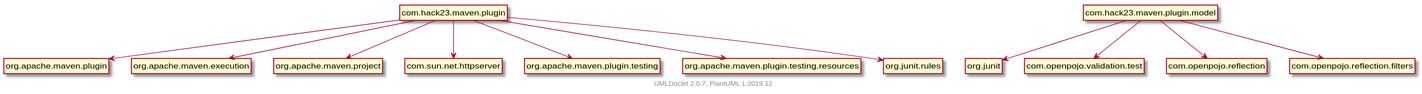
Above: testapidocs/package-dependencies.svg in Hack23/sonar-quality-gates-maven-plugin (PlantUML), before the change.
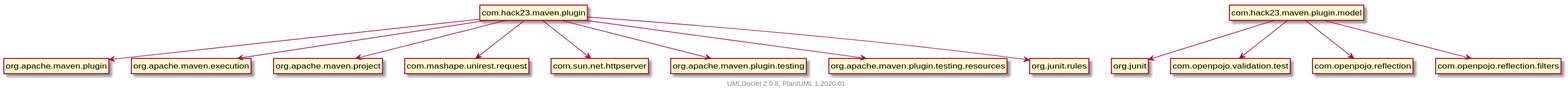
Above is the later version.

Change to the diagram source:
```diff
@@ -7,6 +7,7 @@
     com.hack23.maven.plugin --> org.apache.maven.plugin
     com.hack23.maven.plugin --> org.apache.maven.execution
     com.hack23.maven.plugin --> org.apache.maven.project
+    com.hack23.maven.plugin --> com.mashape.unirest.request
     com.hack23.maven.plugin --> com.sun.net.httpserver
     com.hack23.maven.plugin --> org.apache.maven.plugin.testing
     com.hack23.maven.plugin --> org.apache.maven.plugin.testing.resources
@@ -21,5 +22,5 @@
     class "com.hack23.maven.plugin.model" [[com/hack23/maven/plugin/model/package-summary.html]] {
     }
 
-    center footer UMLDoclet 2.0.7, PlantUML 1.2019.12
+    center footer UMLDoclet 2.0.8, PlantUML 1.2020.01
 @enduml
```
